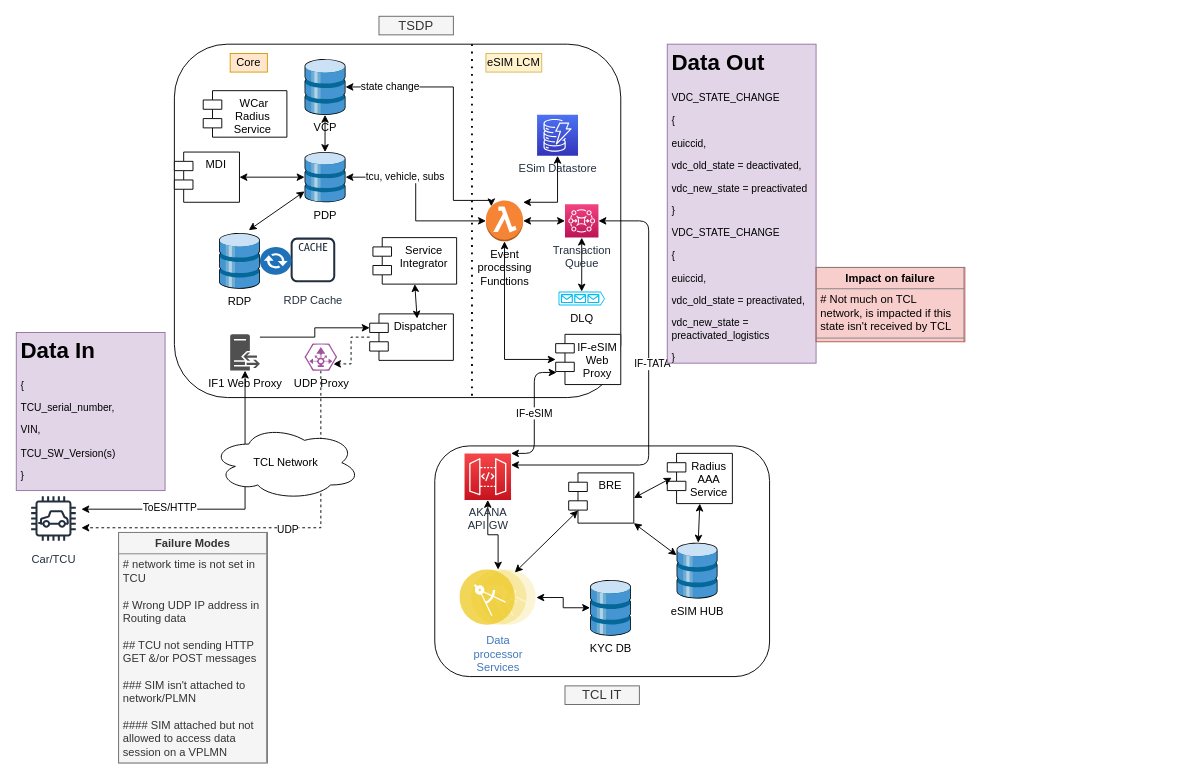
Before: page "GSM Comms Test" (3 of 12) of src/main/resources/VDC_eSIM_dataflow_WC_TCL.drawio in subhachat/CodeKata, a draw.io diagram. Source tidied: cells renumbered, new cells numbered last; positions are measured from the earlier drawing's top-left corner, leaving out a move shared by most shapes. Both pictures are drawn from the tidied source at 93%, with x=0, y=0 at pixel (16, 16).
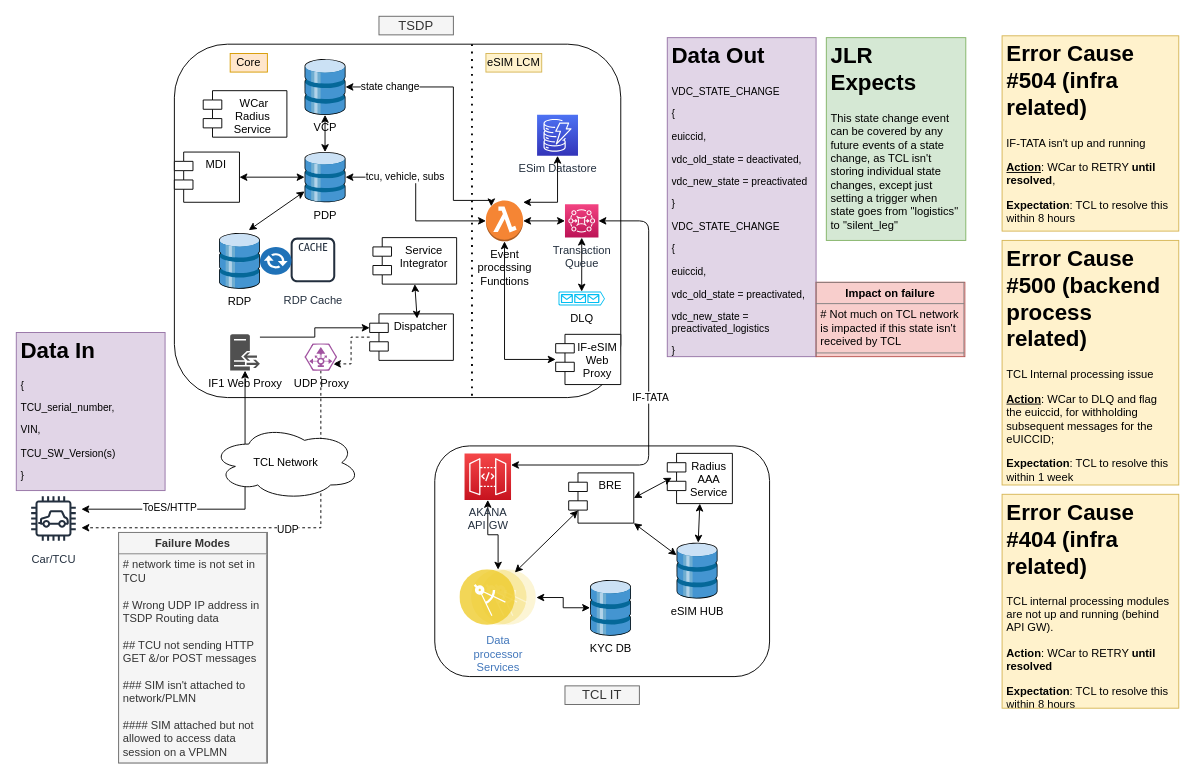
Above is the later version.

The change refers to these unchanged cells:
```xml
<mxCell id="42" value="AKANA &lt;br&gt;API GW" style="points=[[0,0,0],[0.25,0,0],[0.5,0,0],[0.75,0,0],[1,0,0],[0,1,0],[0.25,1,0],[0.5,1,0],[0.75,1,0],[1,1,0],[0,0.25,0],[0,0.5,0],[0,0.75,0],[1,0.25,0],[1,0.5,0],[1,0.75,0]];outlineConnect=0;fontColor=#232F3E;gradientColor=#F54749;gradientDirection=north;fillColor=#C7131F;strokeColor=#ffffff;dashed=0;verticalLabelPosition=bottom;verticalAlign=top;align=center;html=1;fontSize=12;fontStyle=0;shape=mxgraph.aws4.resourceIcon;resIcon=mxgraph.aws4.api_gateway;" parent="1" vertex="1">
  <mxGeometry x="482" y="470" width="50" height="50" as="geometry" />
</mxCell>
<mxCell id="55" style="edgeStyle=elbowEdgeStyle;elbow=horizontal;endArrow=classic;html=1;exitX=1;exitY=0.5;exitDx=0;exitDy=0;exitPerimeter=0;entryX=1;entryY=0.25;entryDx=0;entryDy=0;entryPerimeter=0;startArrow=classic;startFill=1;" parent="1" edge="1" source="34" target="42">
  <mxGeometry relative="1" as="geometry">
    <Array as="points">
      <mxPoint x="680" y="350" />
      <mxPoint x="680" y="360" />
    </Array>
  </mxGeometry>
</mxCell>
```

Change to the diagram source:
```diff
@@
     <mxCell id="56" value="IF-TATA" style="edgeLabel;html=1;align=center;verticalAlign=middle;" parent="55" vertex="1">
-      <mxGeometry x="-0.11" y="3" relative="1" as="geometry" />
+      <mxGeometry x="-0.11" y="3" relative="1" as="geometry">
+        <mxPoint x="-2" y="36.9" as="offset" />
+      </mxGeometry>
     </mxCell>
-    <mxCell id="57" value="IF-eSIM" style="edgeStyle=elbowEdgeStyle;elbow=horizontal;endArrow=classic;html=1;exitX=1;exitY=0;exitDx=0;exitDy=0;exitPerimeter=0;startArrow=classic;startFill=1;" parent="1" edge="1" source="42">
-      <mxGeometry relative="1" as="geometry">
-        <mxPoint x="581" y="383" as="targetPoint" />
-      </mxGeometry>
-    </mxCell>
@@
     <mxCell id="59" value="&lt;h1&gt;Data Out&lt;/h1&gt;&lt;span style=&quot;font-size: 11px&quot;&gt;VDC_STATE_CHANGE&amp;nbsp;&lt;/span&gt;&lt;p style=&quot;font-size: 11px&quot;&gt;&lt;font style=&quot;font-size: 11px&quot;&gt;{&amp;nbsp;&lt;/font&gt;&lt;/p&gt;&lt;p style=&quot;font-size: 11px&quot;&gt;&lt;font style=&quot;font-size: 11px&quot;&gt;euiccid,&lt;/font&gt;&lt;/p&gt;&lt;p style=&quot;font-size: 11px&quot;&gt;&lt;font style=&quot;font-size: 11px&quot;&gt;vdc_old_state = deactivated,&lt;/font&gt;&lt;/p&gt;&lt;p style=&quot;font-size: 11px&quot;&gt;vdc_new_state = preactivated&lt;/p&gt;&lt;p style=&quot;font-size: 11px&quot;&gt;&lt;font style=&quot;font-size: 11px&quot;&gt;}&lt;/font&gt;&lt;/p&gt;&lt;p style=&quot;font-size: 11px&quot;&gt;&lt;font style=&quot;font-size: 11px&quot;&gt;VDC_STATE_CHANGE&amp;nbsp;&lt;/font&gt;&lt;/p&gt;&lt;p style=&quot;font-size: 11px&quot;&gt;{&amp;nbsp;&lt;/p&gt;&lt;p style=&quot;font-size: 11px&quot;&gt;euiccid,&lt;/p&gt;&lt;p style=&quot;font-size: 11px&quot;&gt;vdc_old_state = preactivated,&lt;/p&gt;&lt;p style=&quot;font-size: 11px&quot;&gt;vdc_new_state = preactivated_logistics&lt;/p&gt;&lt;p style=&quot;font-size: 11px&quot;&gt;&lt;/p&gt;&lt;p style=&quot;font-size: 11px&quot;&gt;}&lt;/p&gt;&lt;p&gt;&lt;br&gt;&lt;/p&gt;" style="text;html=1;strokeColor=#9673a6;fillColor=#e1d5e7;spacing=5;spacingTop=-20;whiteSpace=wrap;overflow=hidden;rounded=0;" parent="1" vertex="1">
-      <mxGeometry x="700" y="30" width="160" height="343" as="geometry" />
+      <mxGeometry x="700" y="23" width="160" height="343" as="geometry" />
     </mxCell>
@@
-    <mxCell id="62" value="&lt;table border=&quot;1&quot; width=&quot;100%&quot; cellpadding=&quot;4&quot; style=&quot;width: 100% ; height: 100% ; border-collapse: collapse&quot;&gt;&lt;tbody&gt;&lt;tr&gt;&lt;th align=&quot;center&quot;&gt;&lt;b&gt;Impact on failure&lt;/b&gt;&lt;/th&gt;&lt;/tr&gt;&lt;tr&gt;&lt;td&gt;# Not much on TCL network, is impacted if this state isn't received by TCL&lt;/td&gt;&lt;/tr&gt;&lt;tr&gt;&lt;td&gt;&lt;br&gt;&lt;/td&gt;&lt;/tr&gt;&lt;/tbody&gt;&lt;/table&gt;" style="text;html=1;strokeColor=#b85450;fillColor=#f8cecc;overflow=fill;whiteSpace=wrap;" parent="1" vertex="1">
-      <mxGeometry x="860" y="270" width="160" height="80" as="geometry" />
+    <mxCell id="62" value="&lt;table border=&quot;1&quot; width=&quot;100%&quot; cellpadding=&quot;4&quot; style=&quot;width: 100% ; height: 100% ; border-collapse: collapse&quot;&gt;&lt;tbody&gt;&lt;tr&gt;&lt;th align=&quot;center&quot;&gt;&lt;b&gt;Impact on failure&lt;/b&gt;&lt;/th&gt;&lt;/tr&gt;&lt;tr&gt;&lt;td&gt;# Not much on TCL network is impacted if this state isn't received by TCL&lt;/td&gt;&lt;/tr&gt;&lt;tr&gt;&lt;td&gt;&lt;br&gt;&lt;/td&gt;&lt;/tr&gt;&lt;/tbody&gt;&lt;/table&gt;" style="text;html=1;strokeColor=#b85450;fillColor=#f8cecc;overflow=fill;whiteSpace=wrap;" parent="1" vertex="1">
+      <mxGeometry x="860" y="286" width="160" height="80" as="geometry" />
     </mxCell>
-    <mxCell id="63" value="&lt;table border=&quot;1&quot; width=&quot;100%&quot; cellpadding=&quot;4&quot; style=&quot;width: 100% ; height: 100% ; border-collapse: collapse&quot;&gt;&lt;tbody&gt;&lt;tr&gt;&lt;th align=&quot;center&quot;&gt;Failure Modes&lt;/th&gt;&lt;/tr&gt;&lt;tr&gt;&lt;td&gt;# network time is not set in TCU&lt;br&gt;&lt;br&gt;# Wrong UDP IP address in Routing data&lt;br&gt;&lt;br&gt;## TCU not sending HTTP GET &amp;amp;/or POST messages&lt;br&gt;&lt;br&gt;### SIM isn't attached to network/PLMN&lt;br&gt;&lt;br&gt;#### SIM attached but not allowed to access data session on a VPLMN&lt;/td&gt;&lt;/tr&gt;&lt;tr&gt;&lt;td&gt;&lt;br&gt;&lt;/td&gt;&lt;/tr&gt;&lt;/tbody&gt;&lt;/table&gt;" style="text;html=1;strokeColor=#666666;fillColor=#f5f5f5;overflow=fill;whiteSpace=wrap;fontColor=#333333;" parent="1" vertex="1">
+    <mxCell id="63" value="&lt;table border=&quot;1&quot; width=&quot;100%&quot; cellpadding=&quot;4&quot; style=&quot;width: 100% ; height: 100% ; border-collapse: collapse&quot;&gt;&lt;tbody&gt;&lt;tr&gt;&lt;th align=&quot;center&quot;&gt;Failure Modes&lt;/th&gt;&lt;/tr&gt;&lt;tr&gt;&lt;td&gt;# network time is not set in TCU&lt;br&gt;&lt;br&gt;# Wrong UDP IP address in TSDP Routing data&lt;br&gt;&lt;br&gt;## TCU not sending HTTP GET &amp;amp;/or POST messages&lt;br&gt;&lt;br&gt;### SIM isn't attached to network/PLMN&lt;br&gt;&lt;br&gt;#### SIM attached but not allowed to access data session on a VPLMN&lt;/td&gt;&lt;/tr&gt;&lt;tr&gt;&lt;td&gt;&lt;br&gt;&lt;/td&gt;&lt;/tr&gt;&lt;/tbody&gt;&lt;/table&gt;" style="text;html=1;strokeColor=#666666;fillColor=#f5f5f5;overflow=fill;whiteSpace=wrap;fontColor=#333333;" parent="1" vertex="1">
       <mxGeometry x="110" y="555" width="160" height="248" as="geometry" />
     </mxCell>
+    <mxCell id="64" value="&lt;h1&gt;JLR Expects&lt;/h1&gt;&lt;p&gt;This state change event can be covered by any future events of a state change, as TCL isn't storing individual state changes, except just setting a trigger when state goes from &quot;logistics&quot; to &quot;silent_leg&quot;&lt;/p&gt;" style="text;html=1;strokeColor=#82b366;fillColor=#d5e8d4;spacing=5;spacingTop=-20;whiteSpace=wrap;overflow=hidden;rounded=0;" parent="1" vertex="1">
+      <mxGeometry x="871" y="23" width="150" height="218" as="geometry" />
+    </mxCell>
+    <mxCell id="65" value="&lt;h1&gt;Error Cause #504 (infra related)&lt;/h1&gt;&lt;p&gt;IF-TATA isn't up and running&lt;/p&gt;&lt;p&gt;&lt;b&gt;&lt;u&gt;Action&lt;/u&gt;&lt;/b&gt;: WCar to RETRY &lt;b&gt;until resolved&lt;/b&gt;,&amp;nbsp;&lt;/p&gt;&lt;p&gt;&lt;b&gt;Expectation&lt;/b&gt;: TCL to resolve this within 8 hours&lt;/p&gt;" style="text;html=1;strokeColor=#d6b656;fillColor=#fff2cc;spacing=5;spacingTop=-20;whiteSpace=wrap;overflow=hidden;rounded=0;" parent="1" vertex="1">
+      <mxGeometry x="1060" y="21" width="190" height="210" as="geometry" />
+    </mxCell>
+    <mxCell id="66" value="&lt;h1&gt;Error Cause #500 (backend process related)&lt;/h1&gt;&lt;p&gt;TCL Internal processing issue&lt;/p&gt;&lt;p&gt;&lt;b&gt;&lt;u&gt;Action&lt;/u&gt;&lt;/b&gt;: WCar to DLQ and flag the euiccid, for withholding subsequent messages for the eUICCID;&amp;nbsp;&lt;br&gt;&lt;/p&gt;&lt;b&gt;Expectation&lt;/b&gt;: TCL to resolve this within 1 week" style="text;html=1;strokeColor=#d6b656;fillColor=#fff2cc;spacing=5;spacingTop=-20;whiteSpace=wrap;overflow=hidden;rounded=0;" parent="1" vertex="1">
+      <mxGeometry x="1060" y="241" width="190" height="263" as="geometry" />
+    </mxCell>
+    <mxCell id="67" value="&lt;h1&gt;Error Cause #404 (infra related)&lt;/h1&gt;&lt;p&gt;TCL internal processing modules are not up and running (behind API GW).&amp;nbsp;&lt;br&gt;&lt;/p&gt;&lt;p&gt;&lt;b&gt;Action&lt;/b&gt;: WCar to RETRY &lt;b&gt;until resolved&lt;/b&gt;&lt;/p&gt;&lt;p&gt;&lt;b&gt;Expectation&lt;/b&gt;: TCL to resolve this within 8 hours&lt;br&gt;&lt;/p&gt;" style="text;html=1;strokeColor=#d6b656;fillColor=#fff2cc;spacing=5;spacingTop=-20;whiteSpace=wrap;overflow=hidden;rounded=0;" parent="1" vertex="1">
+      <mxGeometry x="1060" y="514" width="190" height="230" as="geometry" />
+    </mxCell>
```
